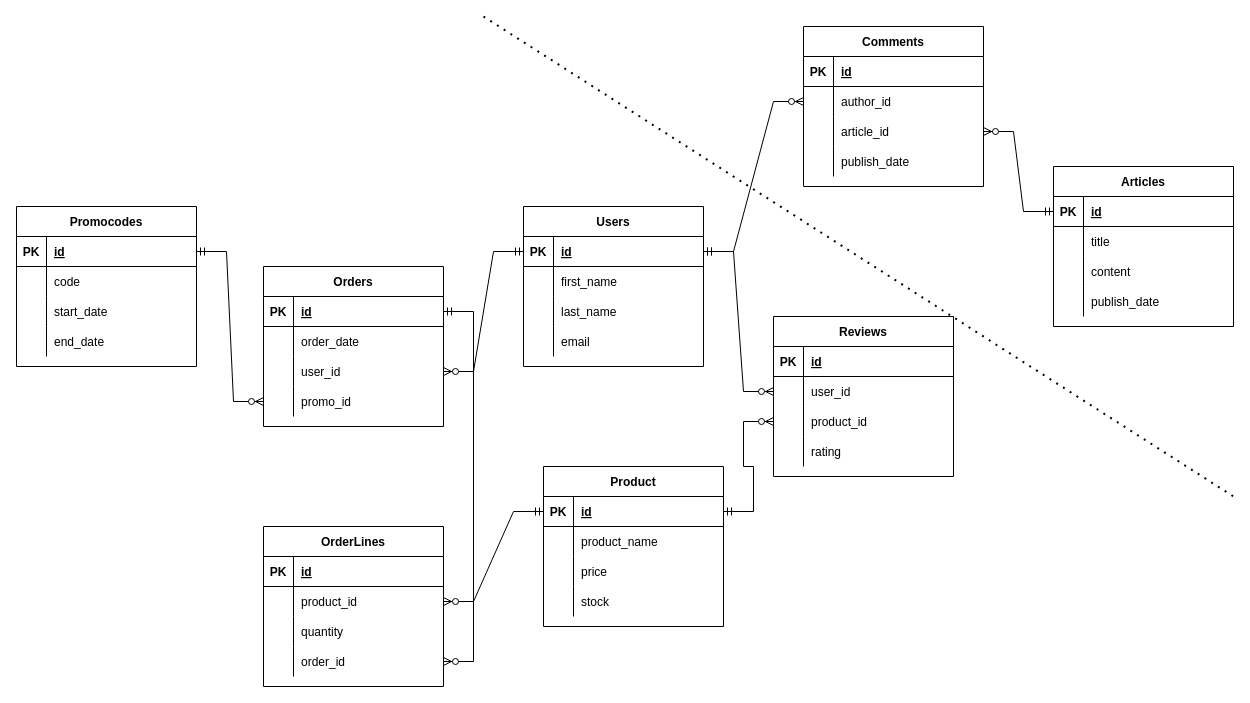
The draw.io diagram simplified-ecommerce-erd.drawio in giorgioshots/shots-interview, before the edit. Source tidied: cells renumbered, new cells numbered last; positions are measured from the earlier drawing's top-left corner, leaving out a move shared by most shapes. Both pictures are drawn from the tidied source at 100%, with x=0, y=0 at pixel (16, 16).
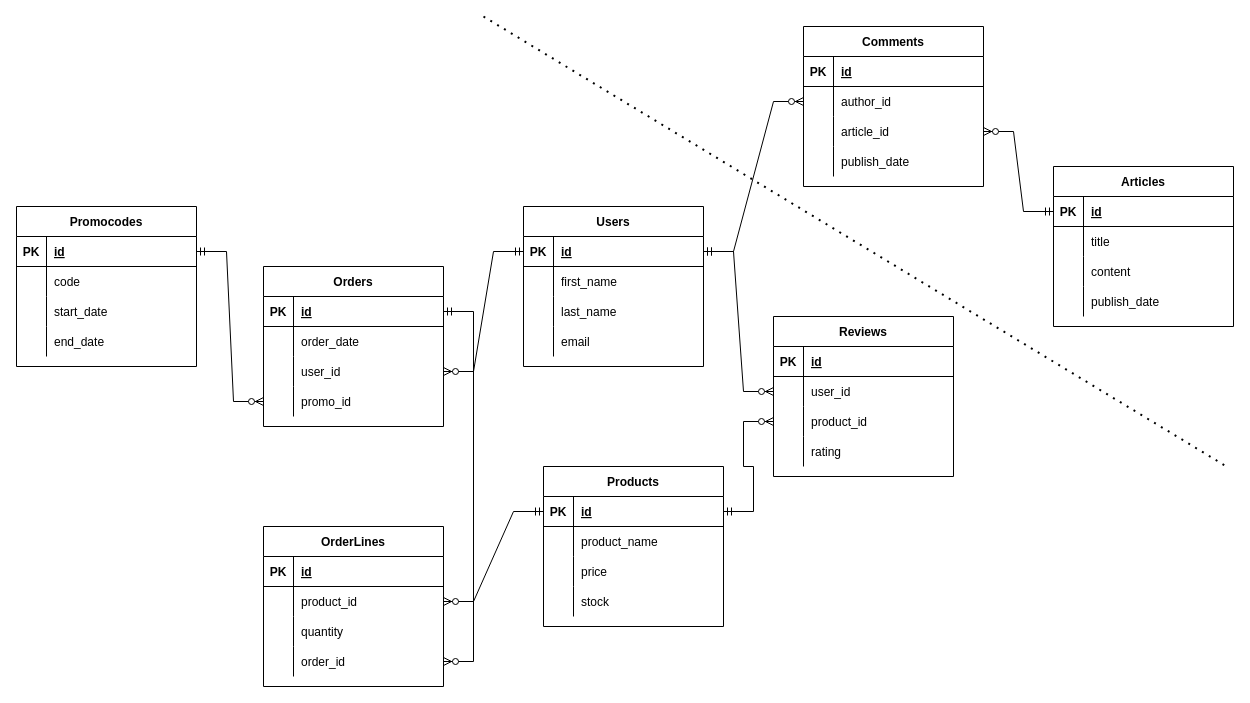
The same page after the edit.

Diff of the diagram source:
```diff
@@
-    <mxCell id="28" value="Product" style="shape=table;startSize=30;childLayout=tableLayout;rowLines=0;fontStyle=1;align=center;" parent="1" vertex="1">
+    <mxCell id="28" value="Products" style="shape=table;startSize=30;childLayout=tableLayout;rowLines=0;fontStyle=1;align=center;" parent="1" vertex="1">
       <mxGeometry x="527" y="450" width="180" height="160" as="geometry" />
     </mxCell>
@@
     <mxCell id="100" style="endArrow=none;dashed=1;html=1;dashPattern=1 3;strokeWidth=2;rounded=0;" parent="1" edge="1">
       <mxGeometry relative="1" as="geometry">
         <mxPoint x="467" as="sourcePoint" />
-        <mxPoint x="1217" y="480" as="targetPoint" />
+        <mxPoint x="1210" y="450" as="targetPoint" />
       </mxGeometry>
     </mxCell>
```
